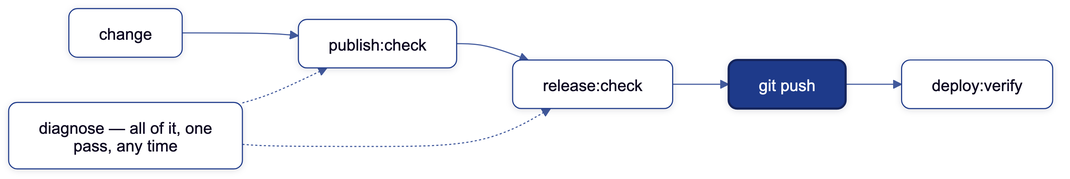
Earlier version of the Mermaid export docs/diagrams/testing-gates.png (joeseverino/jseverino.com). Its source is kept beside it as docs/diagrams/testing-gates.mmd. Source of this version:
```mermaid
%%{init: { "htmlLabels": false } }%%
flowchart LR
    A["change"] --> B["publish:check"] --> C["release:check"] --> D["git push"] --> E["deploy:verify"]
    G["diagnose — all of it, one pass, any time"] -.-> B
    G -.-> C

    classDef anchor stroke-width:2px;
    class D anchor;
```
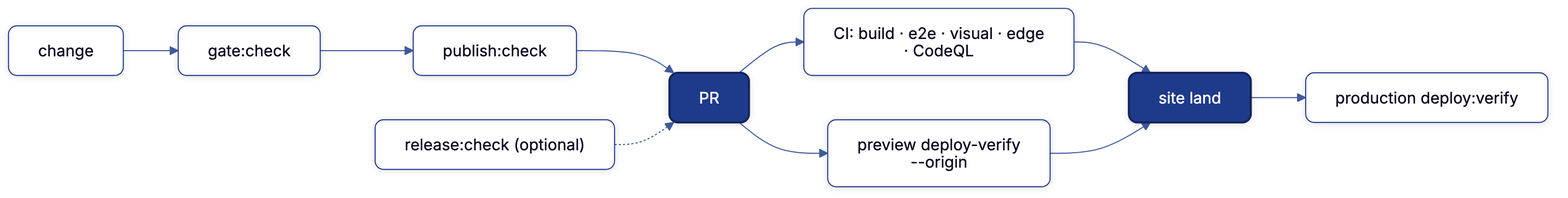
The same diagram one commit later.

Diff of the diagram source:
```diff
@@ -1,8 +1,12 @@
 %%{init: { "htmlLabels": false } }%%
 flowchart LR
-    A["change"] --> B["publish:check"] --> C["release:check"] --> D["git push"] --> E["deploy:verify"]
-    G["diagnose — all of it, one pass, any time"] -.-> B
-    G -.-> C
+    A["change"] --> B["gate:check"] --> C["publish:check"] --> D["PR"]
+    D --> E["CI: build · e2e · visual · edge · CodeQL"]
+    D --> F["preview deploy-verify --origin"]
+    E --> G["site land"]
+    F --> G
+    G --> H["production deploy:verify"]
+    R["release:check (optional)"] -.-> D
 
     classDef anchor stroke-width:2px;
-    class D anchor;
+    class D,G anchor;
```
